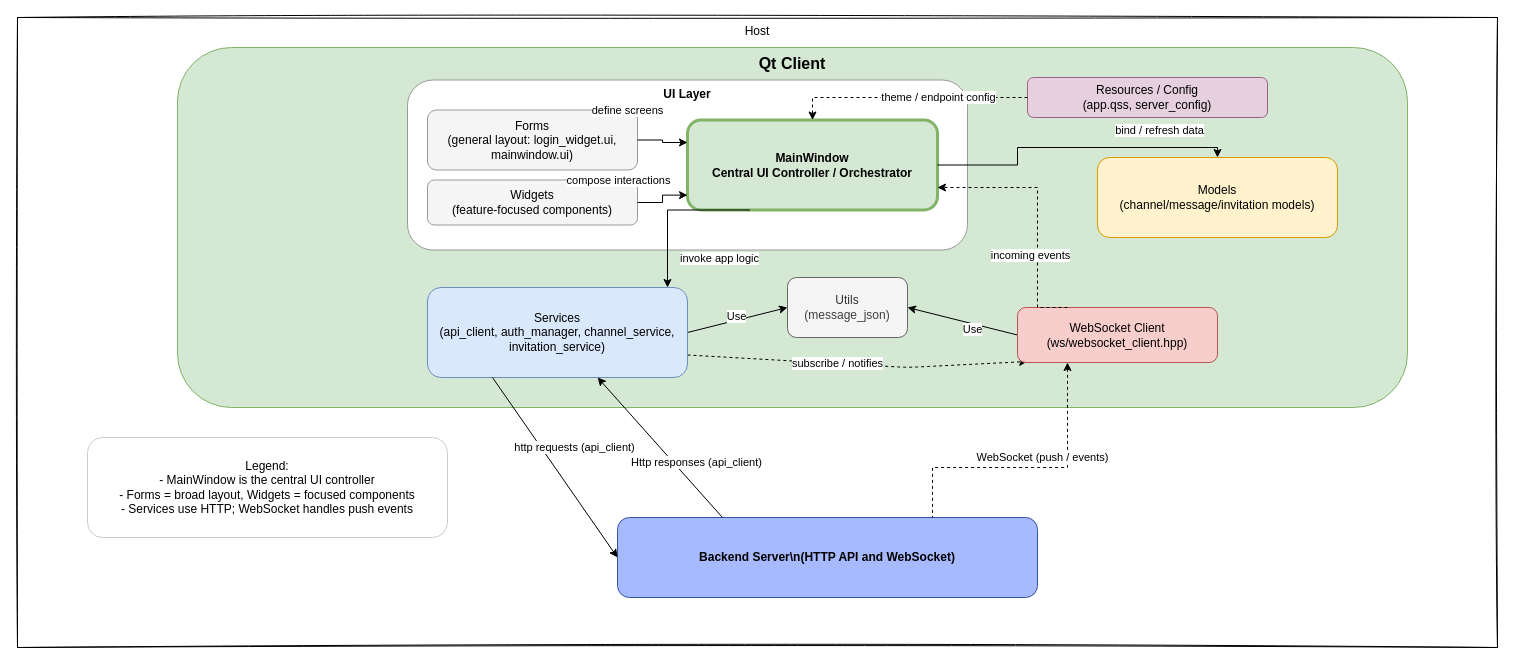
Above: docs/client_architecture.drawio in AdelinePat/wizzMania (draw.io), before the change. Source tidied: cells renumbered, new cells numbered last; positions are measured from the earlier drawing's top-left corner, leaving out a move shared by most shapes. Both pictures are drawn from the tidied source at 100%, with x=0, y=0 at pixel (17, 17).
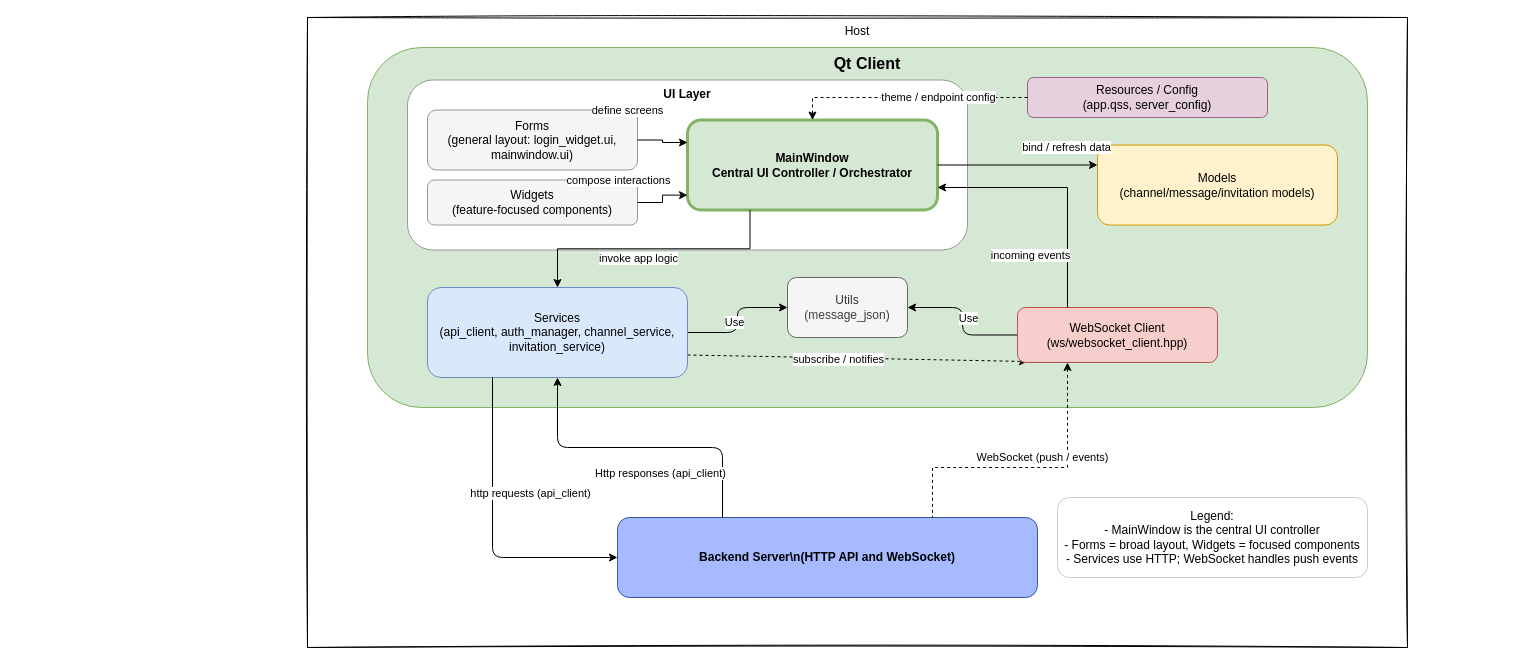
The same diagram, later.

Commit message (it also covers changes not shown here):
fix: add png client-side schema

The change refers to these unchanged cells:
```xml
<mxCell id="7" value="MainWindow&lt;div&gt;Central UI Controller / Orchestrator&lt;/div&gt;" style="whiteSpace=wrap;html=1;rounded=1;fillColor=#d5e8d4;strokeColor=#82b366;strokeWidth=3;fontStyle=1;" parent="1" vertex="1">
  <mxGeometry x="670" y="102.5" width="250" height="90" as="geometry" />
</mxCell>
<mxCell id="13" value="Services&lt;div&gt;(api_client, auth_manager, channel_service, invitation_service)&lt;/div&gt;" style="whiteSpace=wrap;html=1;rounded=1;fillColor=#dae8fc;strokeColor=#6c8ebf;" parent="1" vertex="1">
  <mxGeometry x="410" y="270" width="260" height="90" as="geometry" />
</mxCell>
<mxCell id="16" value="WebSocket Client&lt;div&gt;(ws/websocket_client.hpp)&lt;/div&gt;" style="whiteSpace=wrap;html=1;rounded=1;fillColor=#f8cecc;strokeColor=#b85450;" parent="1" vertex="1">
  <mxGeometry x="1000" y="290" width="200" height="55" as="geometry" />
</mxCell>
<mxCell id="18" value="Backend Server\n(HTTP API and WebSocket)" style="whiteSpace=wrap;html=1;rounded=1;fillColor=#A7BAFF;strokeColor=#3355a3;fontStyle=1;" parent="1" vertex="1">
  <mxGeometry x="600" y="500" width="420" height="80" as="geometry" />
</mxCell>
<mxCell id="38" value="Utils&lt;div&gt;&lt;span style=&quot;color: rgb(63, 63, 63); background-color: transparent;&quot;&gt;(message_json)&lt;/span&gt;&lt;/div&gt;" style="rounded=1;whiteSpace=wrap;html=1;fillColor=#f5f5f5;fontColor=#333333;strokeColor=#666666;" parent="1" vertex="1">
  <mxGeometry x="770" y="260" width="120" height="60" as="geometry" />
</mxCell>
```

What changed in the source:
```diff
@@
     <mxCell id="2" value="Host" style="whiteSpace=wrap;html=1;rounded=0;verticalAlign=top;sketch=1;" parent="1" vertex="1">
-      <mxGeometry width="1480" height="630" as="geometry" />
+      <mxGeometry x="290" width="1100" height="630" as="geometry" />
     </mxCell>
     <mxCell id="3" value="Qt Client" style="whiteSpace=wrap;html=1;verticalAlign=top;rounded=1;fillColor=#d5e8d4;strokeColor=#82b366;fontStyle=1;fontSize=16;" parent="1" vertex="1">
-      <mxGeometry x="160" y="30" width="1230" height="360" as="geometry" />
+      <mxGeometry x="350" y="30" width="1000" height="360" as="geometry" />
     </mxCell>
@@
     <mxCell id="8" value="Models&lt;div&gt;(channel/message/invitation models)&lt;/div&gt;" style="whiteSpace=wrap;html=1;rounded=1;fillColor=#fff2cc;strokeColor=#d79b00;" parent="1" vertex="1">
-      <mxGeometry x="1080" y="140" width="240" height="80" as="geometry" />
+      <mxGeometry x="1080" y="127.5" width="240" height="80" as="geometry" />
     </mxCell>
-    <mxCell id="9" style="edgeStyle=none;html=1;exitX=1;exitY=0.75;exitDx=0;exitDy=0;dashed=1;entryX=0.05;entryY=0.982;entryDx=0;entryDy=0;entryPerimeter=0;" parent="1" edge="1" source="13" target="16">
-      <mxGeometry relative="1" as="geometry">
-        <Array as="points">
-          <mxPoint x="890" y="350" />
-        </Array>
-      </mxGeometry>
+    <mxCell id="9" style="edgeStyle=none;html=1;exitX=1;exitY=0.75;exitDx=0;exitDy=0;entryX=0.05;entryY=0.982;entryDx=0;entryDy=0;entryPerimeter=0;dashed=1;" parent="1" edge="1" source="13" target="16">
+      <mxGeometry relative="1" as="geometry" />
     </mxCell>
@@
-    <mxCell id="11" style="edgeStyle=none;html=1;exitX=1;exitY=0.5;exitDx=0;exitDy=0;entryX=0;entryY=0.5;entryDx=0;entryDy=0;" parent="1" edge="1" source="13" target="38">
+    <mxCell id="11" style="edgeStyle=orthogonalEdgeStyle;html=1;exitX=1;exitY=0.5;exitDx=0;exitDy=0;entryX=0;entryY=0.5;entryDx=0;entryDy=0;" parent="1" edge="1" source="13" target="38">
       <mxGeometry relative="1" as="geometry" />
     </mxCell>
@@
-    <mxCell id="14" style="edgeStyle=none;html=1;exitX=0;exitY=0.5;exitDx=0;exitDy=0;entryX=1;entryY=0.5;entryDx=0;entryDy=0;" parent="1" edge="1" source="16" target="38">
+    <mxCell id="14" style="edgeStyle=orthogonalEdgeStyle;html=1;exitX=0;exitY=0.5;exitDx=0;exitDy=0;entryX=1;entryY=0.5;entryDx=0;entryDy=0;" parent="1" edge="1" source="16" target="38">
       <mxGeometry relative="1" as="geometry" />
     </mxCell>
     <mxCell id="15" value="Use" style="edgeLabel;html=1;align=center;verticalAlign=middle;" parent="14" vertex="1">
-      <mxGeometry x="-0.18" y="5" relative="1" as="geometry" />
+      <mxGeometry x="-0.18" y="5" relative="1" as="geometry">
+        <mxPoint x="10" y="-16" as="offset" />
+      </mxGeometry>
     </mxCell>
@@
-    <mxCell id="23" style="edgeStyle=orthogonalEdgeStyle;html=1;rounded=0;startArrow=none;endArrow=classic;entryX=0.5;entryY=0;entryDx=0;entryDy=0;" parent="1" edge="1" source="7" target="8">
+    <mxCell id="23" style="html=1;rounded=0;startArrow=none;endArrow=classic;entryX=0;entryY=0.25;entryDx=0;entryDy=0;" parent="1" edge="1" source="7" target="8">
       <mxGeometry relative="1" as="geometry" />
     </mxCell>
@@
     <mxCell id="25" style="edgeStyle=orthogonalEdgeStyle;html=1;rounded=0;startArrow=none;endArrow=classic;exitX=0.25;exitY=1;exitDx=0;exitDy=0;" parent="1" edge="1" source="7" target="13">
-      <mxGeometry relative="1" as="geometry">
-        <Array as="points">
-          <mxPoint x="650" y="193" />
-        </Array>
-      </mxGeometry>
+      <mxGeometry relative="1" as="geometry" />
     </mxCell>
@@
-    <mxCell id="31" style="edgeStyle=orthogonalEdgeStyle;html=1;rounded=0;startArrow=none;endArrow=classic;dashed=1;exitX=0.25;exitY=0;exitDx=0;exitDy=0;entryX=1;entryY=0.75;entryDx=0;entryDy=0;" parent="1" edge="1" source="16" target="7">
-      <mxGeometry relative="1" as="geometry">
-        <Array as="points">
-          <mxPoint x="1020" y="170" />
-        </Array>
-      </mxGeometry>
+    <mxCell id="31" style="edgeStyle=orthogonalEdgeStyle;html=1;rounded=0;startArrow=none;endArrow=classic;exitX=0.25;exitY=0;exitDx=0;exitDy=0;entryX=1;entryY=0.75;entryDx=0;entryDy=0;" parent="1" edge="1" source="16" target="7">
+      <mxGeometry relative="1" as="geometry" />
     </mxCell>
@@
     <mxCell id="33" value="Legend:&lt;div&gt;- MainWindow is the central UI controller&lt;/div&gt;&lt;div&gt;- Forms = broad layout, Widgets = focused components&lt;/div&gt;&lt;div&gt;- Services use HTTP; WebSocket handles push events&lt;/div&gt;" style="whiteSpace=wrap;html=1;rounded=1;fillColor=#ffffff;strokeColor=#cccccc;fontSize=12;" parent="1" vertex="1">
-      <mxGeometry x="70" y="420" width="360" height="100" as="geometry" />
+      <mxGeometry x="1040" y="480" width="310" height="80" as="geometry" />
     </mxCell>
-    <mxCell id="34" style="endArrow=classic;html=1;exitX=0.25;exitY=1;exitDx=0;exitDy=0;entryX=0;entryY=0.5;entryDx=0;entryDy=0;" parent="1" edge="1" source="13" target="18">
+    <mxCell id="34" style="endArrow=classic;html=1;exitX=0.25;exitY=1;exitDx=0;exitDy=0;entryX=0;entryY=0.5;entryDx=0;entryDy=0;edgeStyle=orthogonalEdgeStyle;" parent="1" edge="1" source="13" target="18">
       <mxGeometry relative="1" as="geometry" />
     </mxCell>
@@
-    <mxCell id="36" style="endArrow=classic;html=1;exitX=0.25;exitY=0;exitDx=0;exitDy=0;" parent="1" edge="1" source="18" target="13">
+    <mxCell id="36" style="endArrow=classic;html=1;exitX=0.25;exitY=0;exitDx=0;exitDy=0;edgeStyle=orthogonalEdgeStyle;" parent="1" edge="1" source="18" target="13">
       <mxGeometry relative="1" as="geometry" />
     </mxCell>
```
